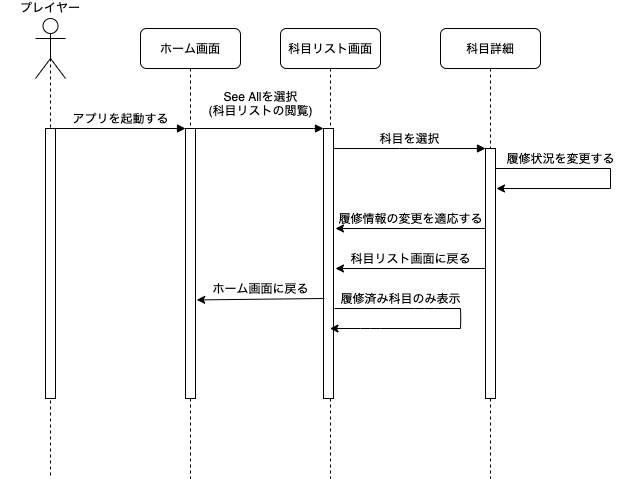
The draw.io diagram シーケンス図2.png in donafudo/SoftDevTeamJ, before a commit. Source tidied: cells renumbered, new cells last; positions are measured from the earlier drawing's top-left corner, leaving out a move shared by most shapes.
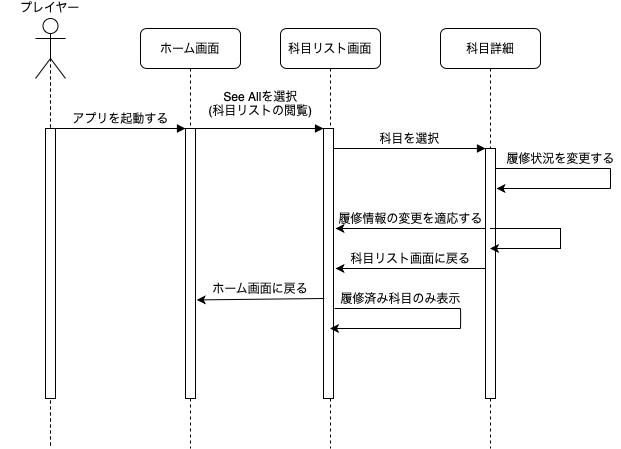
After the commit.

Commit message:
Update シーケンス図2.png

Diff of the diagram source:
```diff
@@ -3,19 +3,19 @@
     <mxCell id="0" />
     <mxCell id="1" parent="0" />
     <mxCell id="2" value="科目リスト画面" style="shape=umlLifeline;perimeter=lifelinePerimeter;whiteSpace=wrap;html=1;outlineConnect=0;rounded=1;shadow=0;comic=0;labelBackgroundColor=none;strokeWidth=1;fontFamily=Verdana;fontSize=12;align=center;" parent="1" vertex="1">
-      <mxGeometry x="280" y="10" width="100" height="450" as="geometry" />
+      <mxGeometry x="280" y="10" width="100" height="420" as="geometry" />
     </mxCell>
     <mxCell id="3" style="html=1;points=[];perimeter=orthogonalPerimeter;rounded=0;shadow=0;comic=0;labelBackgroundColor=none;strokeWidth=1;fontFamily=Verdana;fontSize=12;align=center;" parent="2" vertex="1">
       <mxGeometry x="43" y="100" width="10" height="270" as="geometry" />
     </mxCell>
     <mxCell id="4" value="科目詳細" style="shape=umlLifeline;perimeter=lifelinePerimeter;whiteSpace=wrap;html=1;outlineConnect=0;rounded=1;shadow=0;comic=0;labelBackgroundColor=none;strokeWidth=1;fontFamily=Verdana;fontSize=12;align=center;" parent="1" vertex="1">
-      <mxGeometry x="440" y="10" width="100" height="450" as="geometry" />
+      <mxGeometry x="440" y="10" width="100" height="420" as="geometry" />
     </mxCell>
     <mxCell id="5" style="html=1;points=[];perimeter=orthogonalPerimeter;rounded=0;shadow=0;comic=0;labelBackgroundColor=none;strokeWidth=1;fontFamily=Verdana;fontSize=12;align=center;" parent="4" vertex="1">
       <mxGeometry x="45" y="120" width="10" height="250" as="geometry" />
     </mxCell>
     <mxCell id="6" value="ホーム画面" style="shape=umlLifeline;perimeter=lifelinePerimeter;whiteSpace=wrap;html=1;rounded=1;shadow=0;comic=0;labelBackgroundColor=none;strokeWidth=1;fontFamily=Verdana;fontSize=12;align=center;" parent="1" vertex="1">
-      <mxGeometry x="140" y="10" width="100" height="450" as="geometry" />
+      <mxGeometry x="140" y="10" width="100" height="420" as="geometry" />
     </mxCell>
     <mxCell id="7" style="html=1;points=[];perimeter=orthogonalPerimeter;rounded=0;shadow=0;comic=0;labelBackgroundColor=none;strokeWidth=1;fontFamily=Verdana;fontSize=12;align=center;" parent="6" vertex="1">
       <mxGeometry x="45" y="100" width="10" height="270" as="geometry" />
@@ -27,7 +27,7 @@
       <mxGeometry relative="1" as="geometry" />
     </mxCell>
     <mxCell id="10" value="プレイヤー&lt;br&gt;&lt;br&gt;&lt;br&gt;&lt;br&gt;" style="shape=umlLifeline;perimeter=lifelinePerimeter;whiteSpace=wrap;html=1;rounded=1;shadow=0;comic=0;labelBackgroundColor=none;strokeWidth=1;fontFamily=Verdana;fontSize=12;align=center;size=0;" parent="1" vertex="1">
-      <mxGeometry y="10" width="100" height="450" as="geometry" />
+      <mxGeometry y="10" width="100" height="420" as="geometry" />
     </mxCell>
     <mxCell id="11" style="html=1;perimeter=orthogonalPerimeter;rounded=0;shadow=0;comic=0;labelBackgroundColor=none;strokeWidth=1;fontFamily=Verdana;fontSize=12;align=center;" parent="10" vertex="1">
       <mxGeometry x="45" y="100" width="10" height="270" as="geometry" />
@@ -127,5 +127,8 @@
     <mxCell id="30" value="履修済み科目のみ表示" style="text;html=1;align=center;verticalAlign=middle;" parent="1" vertex="1">
       <mxGeometry x="330" y="270" width="140" height="20" as="geometry" />
     </mxCell>
+    <mxCell id="31" style="edgeStyle=orthogonalEdgeStyle;rounded=0;orthogonalLoop=1;jettySize=auto;html=1;" parent="1" edge="1" source="4" target="4">
+      <mxGeometry relative="1" as="geometry" />
+    </mxCell>
   </root>
 </mxGraphModel>
```
